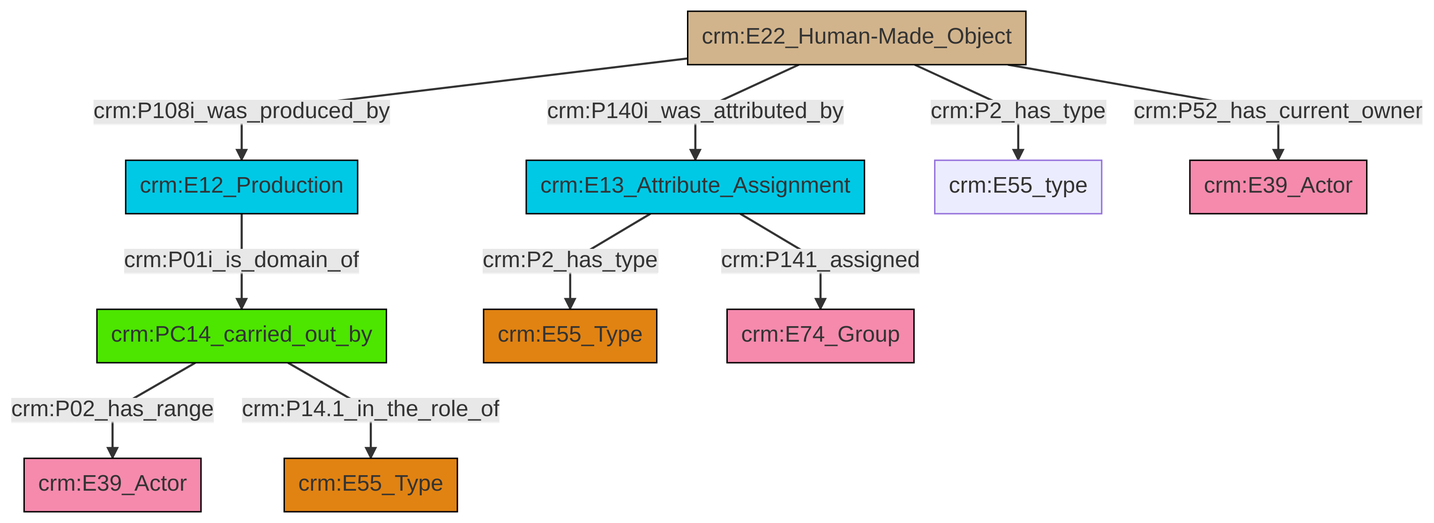
This is et/builtWorkCSV/ttl/mmd/png/Built_Work_actor_relations.png from swiss-art-research-net/reference-data-models, a Mermaid export, as it was before one commit. Its source is kept beside it as et/builtWorkCSV/ttl/mmd/Built_Work_actor_relations.ttl.mmd.
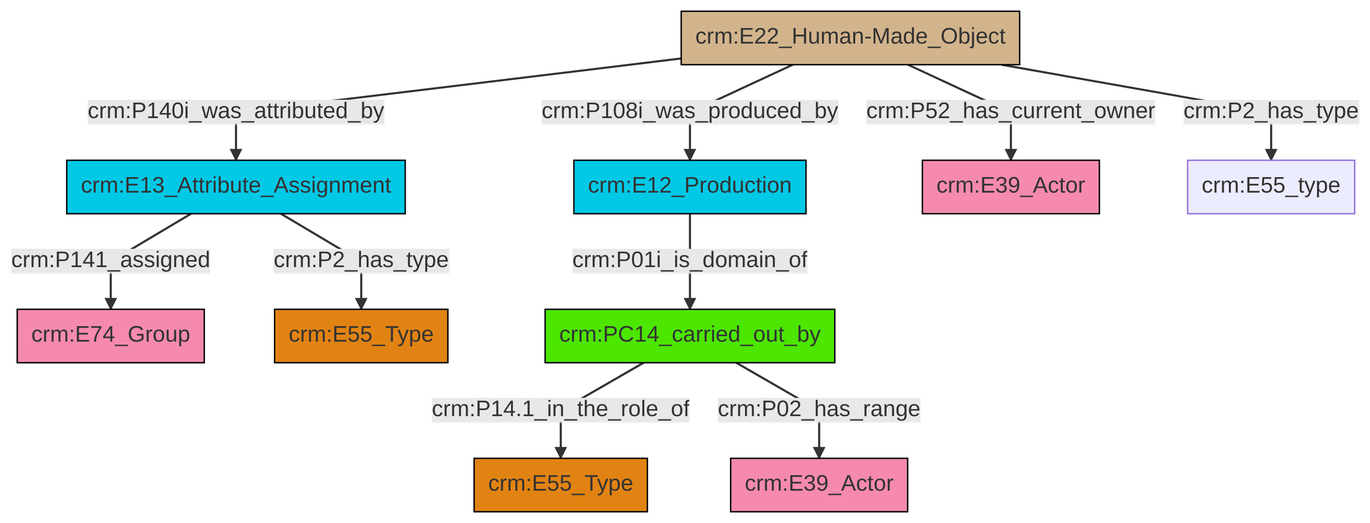
The same diagram one commit later.

Diff of the diagram source:
```diff
@@ -13,12 +13,12 @@
 classDef PC_Classes fill:#4ce600, stroke:#000000;
 classDef Multi fill:#cccccc,stroke:#000000;
 
-0["crm:E22_Human-Made_Object"]:::Physical_Thing -->|crm:P108i_was_produced_by| 1["crm:E12_Production"]:::Temporal_Entity
-2["crm:E13_Attribute_Assignment"]:::Temporal_Entity -->|crm:P2_has_type| 3["crm:E55_Type"]:::Type
-1["crm:E12_Production"]:::Temporal_Entity -->|crm:P01i_is_domain_of| 5["crm:PC14_carried_out_by"]:::PC_Classes
-0["crm:E22_Human-Made_Object"]:::Physical_Thing -->|crm:P140i_was_attributed_by| 2["crm:E13_Attribute_Assignment"]:::Temporal_Entity
-0["crm:E22_Human-Made_Object"]:::Physical_Thing -->|crm:P2_has_type| 9["crm:E55_type"]:::Default
-0["crm:E22_Human-Made_Object"]:::Physical_Thing -->|crm:P52_has_current_owner| 12["crm:E39_Actor"]:::Actor
-5["crm:PC14_carried_out_by"]:::PC_Classes -->|crm:P02_has_range| 14["crm:E39_Actor"]:::Actor
-2["crm:E13_Attribute_Assignment"]:::Temporal_Entity -->|crm:P141_assigned| 10["crm:E74_Group"]:::Actor
-5["crm:PC14_carried_out_by"]:::PC_Classes -->|crm:P14.1_in_the_role_of| 16["crm:E55_Type"]:::Type
+8["crm:E13_Attribute_Assignment"]:::Temporal_Entity -->|crm:P141_assigned| 2["crm:E74_Group"]:::Actor
+10["crm:PC14_carried_out_by"]:::PC_Classes -->|crm:P14.1_in_the_role_of| 0["crm:E55_Type"]:::Type
+4["crm:E22_Human-Made_Object"]:::Physical_Thing -->|crm:P140i_was_attributed_by| 8["crm:E13_Attribute_Assignment"]:::Temporal_Entity
+8["crm:E13_Attribute_Assignment"]:::Temporal_Entity -->|crm:P2_has_type| 6["crm:E55_Type"]:::Type
+4["crm:E22_Human-Made_Object"]:::Physical_Thing -->|crm:P108i_was_produced_by| 11["crm:E12_Production"]:::Temporal_Entity
+4["crm:E22_Human-Made_Object"]:::Physical_Thing -->|crm:P52_has_current_owner| 12["crm:E39_Actor"]:::Actor
+11["crm:E12_Production"]:::Temporal_Entity -->|crm:P01i_is_domain_of| 10["crm:PC14_carried_out_by"]:::PC_Classes
+4["crm:E22_Human-Made_Object"]:::Physical_Thing -->|crm:P2_has_type| 19["crm:E55_type"]:::Default
+10["crm:PC14_carried_out_by"]:::PC_Classes -->|crm:P02_has_range| 13["crm:E39_Actor"]:::Actor
```
